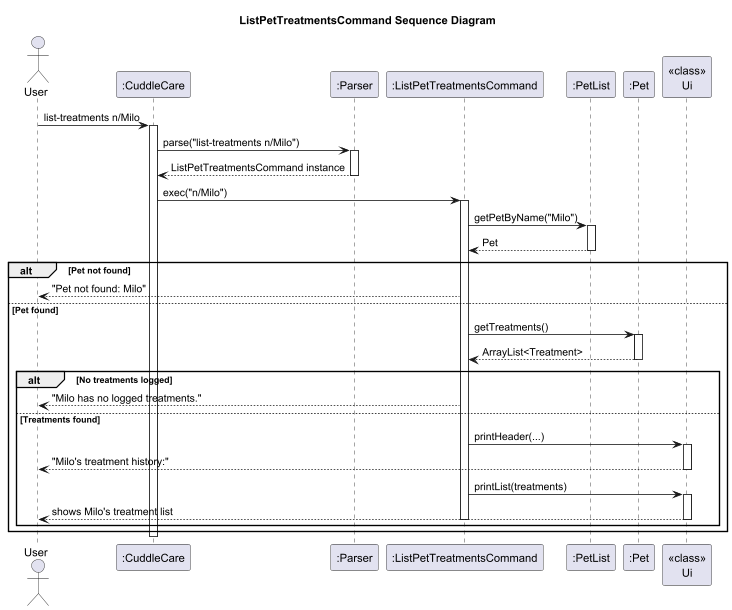
The PlantUML diagram docs/diagrams/ListPetTreatmentsCommand_Sequence_Diagram.png in Kevin88866/tp, before a commit.
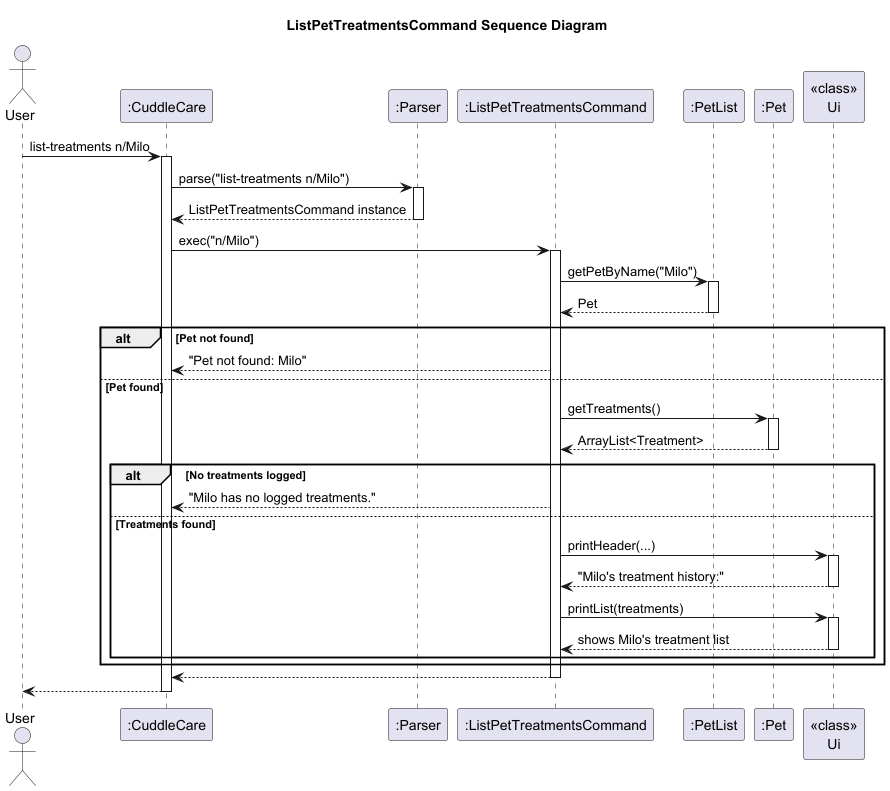
After the commit.

Commit message:
Update sequence diagrams

Diff of the diagram source:
```diff
@@ -28,7 +28,7 @@
 deactivate PetList
 
 alt Pet not found
-    Command --> User: "Pet not found: Milo"
+    Command --> CuddleCare: "Pet not found: Milo"
 
 else Pet found
     Command -> Pet: getTreatments()
@@ -37,19 +37,19 @@
     deactivate Pet
 
     alt No treatments logged
-        Command --> User: "Milo has no logged treatments."
+        Command --> CuddleCare: "Milo has no logged treatments."
 
     else Treatments found
         Command -> Ui: printHeader(...)
         activate Ui
-        Ui --> User: "Milo's treatment history:"
-        deactivate Ui
+        return "Milo's treatment history:"
         Command -> Ui: printList(treatments)
         activate Ui
-        Ui --> User: shows Milo's treatment list
-        deactivate Ui
-        deactivate Command
+        return shows Milo's treatment list
     end
 end
+
+return
+return
         deactivate CuddleCare
 @enduml
```
